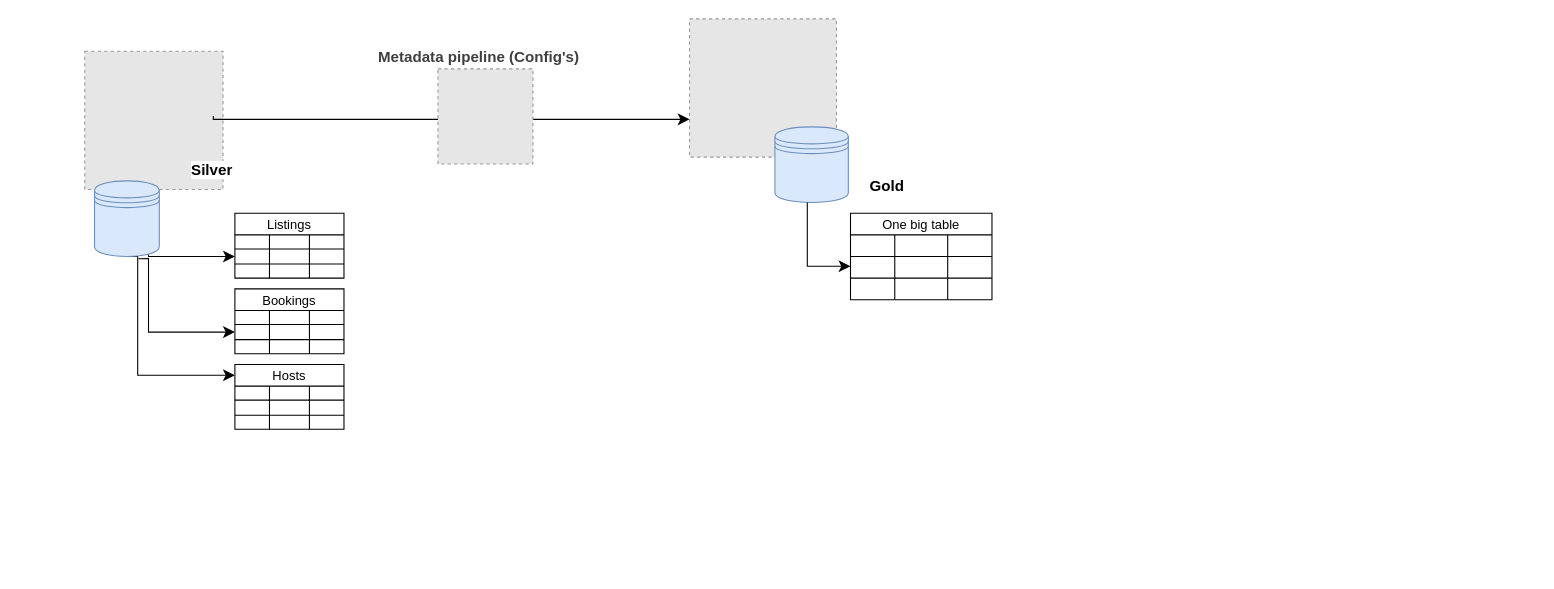
The draw.io diagram dbt_aws_snowflake_project/diagrams/silver_to_gold.drawio in SSrilakshmi/dbt_aws_snowflake, before the edit. Source tidied: cells renumbered, new cells numbered last; positions are measured from the earlier drawing's top-left corner, leaving out a move shared by most shapes. Both pictures are drawn from the tidied source at 108%, with x=0, y=0 at pixel (18, 18). Pictures stored in the file or linked from it are replaced by grey dashed boxes.
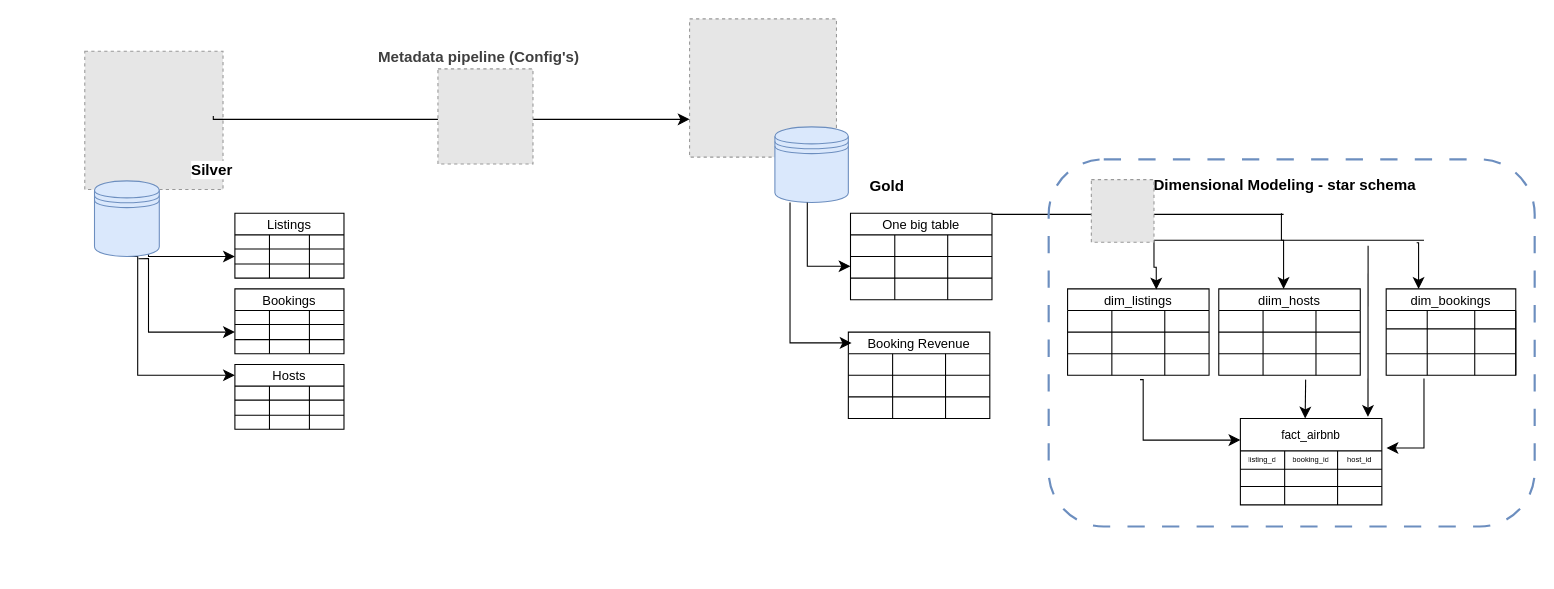
Above is the later version.

Unchanged cells that the change refers to:
```xml
<mxCell id="2" style="group;" parent="1" vertex="1">
  <mxGeometry x="621" width="308" height="510" as="geometry" />
</mxCell>
```

Change to the diagram source:
```diff
@@
+    <mxCell id="72" value="Booking Revenue" style="shape=table;startSize=20;childLayout=tableLayout;strokeColor=default;fontSize=12;columnLines=1;rowLines=1;" parent="2" vertex="1">
+      <mxGeometry x="147" y="290" width="131" height="80" as="geometry" />
+    </mxCell>
+    <mxCell id="73" style="shape=tableRow;horizontal=0;startSize=0;swimlaneHead=0;swimlaneBody=0;strokeColor=inherit;top=0;left=0;bottom=0;right=0;fillColor=none;fontSize=16;" parent="72" vertex="1">
+      <mxGeometry y="20" width="131" height="20" as="geometry" />
+    </mxCell>
+    <mxCell id="74" style="shape=partialRectangle;html=1;whiteSpace=wrap;strokeColor=inherit;overflow=hidden;fillColor=none;top=0;left=0;bottom=0;right=0;fontSize=16;" parent="73" vertex="1">
+      <mxGeometry width="41" height="20" as="geometry" />
+    </mxCell>
+    <mxCell id="75" style="shape=partialRectangle;html=1;whiteSpace=wrap;strokeColor=inherit;overflow=hidden;fillColor=none;top=0;left=0;bottom=0;right=0;fontSize=16;" parent="73" vertex="1">
+      <mxGeometry x="41" width="49" height="20" as="geometry" />
+    </mxCell>
+    <mxCell id="76" style="shape=partialRectangle;html=1;whiteSpace=wrap;strokeColor=inherit;overflow=hidden;fillColor=none;top=0;left=0;bottom=0;right=0;fontSize=16;" parent="73" vertex="1">
+      <mxGeometry x="90" width="41" height="20" as="geometry" />
+    </mxCell>
+    <mxCell id="77" style="shape=tableRow;horizontal=0;startSize=0;swimlaneHead=0;swimlaneBody=0;strokeColor=inherit;top=0;left=0;bottom=0;right=0;fillColor=none;fontSize=16;" parent="72" vertex="1">
+      <mxGeometry y="40" width="131" height="20" as="geometry" />
+    </mxCell>
+    <mxCell id="78" style="shape=partialRectangle;html=1;whiteSpace=wrap;strokeColor=inherit;overflow=hidden;fillColor=none;top=0;left=0;bottom=0;right=0;fontSize=16;" parent="77" vertex="1">
+      <mxGeometry width="41" height="20" as="geometry" />
+    </mxCell>
+    <mxCell id="79" style="shape=partialRectangle;html=1;whiteSpace=wrap;strokeColor=inherit;overflow=hidden;fillColor=none;top=0;left=0;bottom=0;right=0;fontSize=16;" parent="77" vertex="1">
+      <mxGeometry x="41" width="49" height="20" as="geometry" />
+    </mxCell>
+    <mxCell id="80" style="shape=partialRectangle;html=1;whiteSpace=wrap;strokeColor=inherit;overflow=hidden;fillColor=none;top=0;left=0;bottom=0;right=0;fontSize=16;" parent="77" vertex="1">
+      <mxGeometry x="90" width="41" height="20" as="geometry" />
+    </mxCell>
+    <mxCell id="81" style="shape=tableRow;horizontal=0;startSize=0;swimlaneHead=0;swimlaneBody=0;strokeColor=inherit;top=0;left=0;bottom=0;right=0;fillColor=none;fontSize=16;" parent="72" vertex="1">
+      <mxGeometry y="60" width="131" height="20" as="geometry" />
+    </mxCell>
+    <mxCell id="82" style="shape=partialRectangle;html=1;whiteSpace=wrap;strokeColor=inherit;overflow=hidden;fillColor=none;top=0;left=0;bottom=0;right=0;fontSize=16;" parent="81" vertex="1">
+      <mxGeometry width="41" height="20" as="geometry" />
+    </mxCell>
+    <mxCell id="83" style="shape=partialRectangle;html=1;whiteSpace=wrap;strokeColor=inherit;overflow=hidden;fillColor=none;top=0;left=0;bottom=0;right=0;fontSize=16;" parent="81" vertex="1">
+      <mxGeometry x="41" width="49" height="20" as="geometry" />
+    </mxCell>
+    <mxCell id="84" style="shape=partialRectangle;html=1;whiteSpace=wrap;strokeColor=inherit;overflow=hidden;fillColor=none;top=0;left=0;bottom=0;right=0;fontSize=16;" parent="81" vertex="1">
+      <mxGeometry x="90" width="41" height="20" as="geometry" />
+    </mxCell>
+    <mxCell id="85" style="edgeStyle=segmentEdgeStyle;endArrow=classic;html=1;curved=0;rounded=0;endSize=8;startSize=8;fontFamily=Helvetica;fontSize=12;fontColor=default;labelBackgroundColor=default;flowAnimation=0;" parent="2" edge="1">
+      <mxGeometry relative="1" as="geometry">
+        <mxPoint x="93" y="170" as="sourcePoint" />
+        <mxPoint x="150" y="300" as="targetPoint" />
+        <Array as="points">
+          <mxPoint x="93" y="300" />
+        </Array>
+      </mxGeometry>
+    </mxCell>
@@
+    <mxCell id="86" style="group;" parent="1" vertex="1">
+      <mxGeometry x="971" y="200" width="415" height="270" as="geometry" />
+    </mxCell>
+    <mxCell id="87" value="diim_hosts" style="shape=table;startSize=20;childLayout=tableLayout;strokeColor=default;fontSize=12;columnLines=1;rowLines=1;" parent="86" vertex="1">
+      <mxGeometry x="140" y="50" width="131" height="80" as="geometry" />
+    </mxCell>
+    <mxCell id="88" style="shape=tableRow;horizontal=0;startSize=0;swimlaneHead=0;swimlaneBody=0;strokeColor=inherit;top=0;left=0;bottom=0;right=0;fillColor=none;fontSize=16;" parent="87" vertex="1">
+      <mxGeometry y="20" width="131" height="20" as="geometry" />
+    </mxCell>
+    <mxCell id="89" style="shape=partialRectangle;html=1;whiteSpace=wrap;strokeColor=inherit;overflow=hidden;fillColor=none;top=0;left=0;bottom=0;right=0;fontSize=16;" parent="88" vertex="1">
+      <mxGeometry width="41" height="20" as="geometry" />
+    </mxCell>
+    <mxCell id="90" style="shape=partialRectangle;html=1;whiteSpace=wrap;strokeColor=inherit;overflow=hidden;fillColor=none;top=0;left=0;bottom=0;right=0;fontSize=16;" parent="88" vertex="1">
+      <mxGeometry x="41" width="49" height="20" as="geometry" />
+    </mxCell>
+    <mxCell id="91" style="shape=partialRectangle;html=1;whiteSpace=wrap;strokeColor=inherit;overflow=hidden;fillColor=none;top=0;left=0;bottom=0;right=0;fontSize=16;" parent="88" vertex="1">
+      <mxGeometry x="90" width="41" height="20" as="geometry" />
+    </mxCell>
+    <mxCell id="92" style="shape=tableRow;horizontal=0;startSize=0;swimlaneHead=0;swimlaneBody=0;strokeColor=inherit;top=0;left=0;bottom=0;right=0;fillColor=none;fontSize=16;" parent="87" vertex="1">
+      <mxGeometry y="40" width="131" height="20" as="geometry" />
+    </mxCell>
+    <mxCell id="93" style="shape=partialRectangle;html=1;whiteSpace=wrap;strokeColor=inherit;overflow=hidden;fillColor=none;top=0;left=0;bottom=0;right=0;fontSize=16;" parent="92" vertex="1">
+      <mxGeometry width="41" height="20" as="geometry" />
+    </mxCell>
+    <mxCell id="94" style="shape=partialRectangle;html=1;whiteSpace=wrap;strokeColor=inherit;overflow=hidden;fillColor=none;top=0;left=0;bottom=0;right=0;fontSize=16;" parent="92" vertex="1">
+      <mxGeometry x="41" width="49" height="20" as="geometry" />
+    </mxCell>
+    <mxCell id="95" style="shape=partialRectangle;html=1;whiteSpace=wrap;strokeColor=inherit;overflow=hidden;fillColor=none;top=0;left=0;bottom=0;right=0;fontSize=16;" parent="92" vertex="1">
+      <mxGeometry x="90" width="41" height="20" as="geometry" />
+    </mxCell>
+    <mxCell id="96" style="shape=tableRow;horizontal=0;startSize=0;swimlaneHead=0;swimlaneBody=0;strokeColor=inherit;top=0;left=0;bottom=0;right=0;fillColor=none;points=[[0,0.5],[1,0.5]];portConstraint=eastwest;fontSize=16;" parent="87" vertex="1">
+      <mxGeometry y="60" width="131" height="20" as="geometry" />
+    </mxCell>
+    <mxCell id="97" style="shape=partialRectangle;html=1;whiteSpace=wrap;strokeColor=inherit;overflow=hidden;fillColor=none;top=0;left=0;bottom=0;right=0;fontSize=16;" parent="96" vertex="1">
+      <mxGeometry width="41" height="20" as="geometry" />
+    </mxCell>
+    <mxCell id="98" style="shape=partialRectangle;html=1;whiteSpace=wrap;strokeColor=inherit;overflow=hidden;fillColor=none;top=0;left=0;bottom=0;right=0;fontSize=16;" parent="96" vertex="1">
+      <mxGeometry x="41" width="49" height="20" as="geometry" />
+    </mxCell>
+    <mxCell id="99" style="shape=partialRectangle;html=1;whiteSpace=wrap;strokeColor=inherit;overflow=hidden;fillColor=none;top=0;left=0;bottom=0;right=0;fontSize=16;" parent="96" vertex="1">
+      <mxGeometry x="90" width="41" height="20" as="geometry" />
+    </mxCell>
+    <mxCell id="100" value="dim_listings" style="shape=table;startSize=20;childLayout=tableLayout;strokeColor=default;fontSize=12;columnLines=1;rowLines=1;" parent="86" vertex="1">
+      <mxGeometry y="50" width="131" height="80" as="geometry" />
+    </mxCell>
+    <mxCell id="101" style="shape=tableRow;horizontal=0;startSize=0;swimlaneHead=0;swimlaneBody=0;strokeColor=inherit;top=0;left=0;bottom=0;right=0;fillColor=none;fontSize=16;" parent="100" vertex="1">
+      <mxGeometry y="20" width="131" height="20" as="geometry" />
+    </mxCell>
+    <mxCell id="102" style="shape=partialRectangle;html=1;whiteSpace=wrap;strokeColor=inherit;overflow=hidden;fillColor=none;top=0;left=0;bottom=0;right=0;fontSize=16;" parent="101" vertex="1">
+      <mxGeometry width="41" height="20" as="geometry" />
+    </mxCell>
+    <mxCell id="103" style="shape=partialRectangle;html=1;whiteSpace=wrap;strokeColor=inherit;overflow=hidden;fillColor=none;top=0;left=0;bottom=0;right=0;fontSize=16;" parent="101" vertex="1">
+      <mxGeometry x="41" width="49" height="20" as="geometry" />
+    </mxCell>
+    <mxCell id="104" style="shape=partialRectangle;html=1;whiteSpace=wrap;strokeColor=inherit;overflow=hidden;fillColor=none;top=0;left=0;bottom=0;right=0;fontSize=16;" parent="101" vertex="1">
+      <mxGeometry x="90" width="41" height="20" as="geometry" />
+    </mxCell>
+    <mxCell id="105" style="shape=tableRow;horizontal=0;startSize=0;swimlaneHead=0;swimlaneBody=0;strokeColor=inherit;top=0;left=0;bottom=0;right=0;fillColor=none;fontSize=16;" parent="100" vertex="1">
+      <mxGeometry y="40" width="131" height="20" as="geometry" />
+    </mxCell>
+    <mxCell id="106" style="shape=partialRectangle;html=1;whiteSpace=wrap;strokeColor=inherit;overflow=hidden;fillColor=none;top=0;left=0;bottom=0;right=0;fontSize=16;" parent="105" vertex="1">
+      <mxGeometry width="41" height="20" as="geometry" />
+    </mxCell>
+    <mxCell id="107" style="shape=partialRectangle;html=1;whiteSpace=wrap;strokeColor=inherit;overflow=hidden;fillColor=none;top=0;left=0;bottom=0;right=0;fontSize=16;" parent="105" vertex="1">
+      <mxGeometry x="41" width="49" height="20" as="geometry" />
+    </mxCell>
+    <mxCell id="108" style="shape=partialRectangle;html=1;whiteSpace=wrap;strokeColor=inherit;overflow=hidden;fillColor=none;top=0;left=0;bottom=0;right=0;fontSize=16;" parent="105" vertex="1">
+      <mxGeometry x="90" width="41" height="20" as="geometry" />
+    </mxCell>
+    <mxCell id="109" style="shape=tableRow;horizontal=0;startSize=0;swimlaneHead=0;swimlaneBody=0;strokeColor=inherit;top=0;left=0;bottom=0;right=0;fillColor=none;points=[[0,0.5],[1,0.5]];portConstraint=eastwest;fontSize=16;" parent="100" vertex="1">
+      <mxGeometry y="60" width="131" height="20" as="geometry" />
+    </mxCell>
+    <mxCell id="110" style="shape=partialRectangle;html=1;whiteSpace=wrap;strokeColor=inherit;overflow=hidden;fillColor=none;top=0;left=0;bottom=0;right=0;fontSize=16;" parent="109" vertex="1">
+      <mxGeometry width="41" height="20" as="geometry" />
+    </mxCell>
+    <mxCell id="111" style="shape=partialRectangle;html=1;whiteSpace=wrap;strokeColor=inherit;overflow=hidden;fillColor=none;top=0;left=0;bottom=0;right=0;fontSize=16;" parent="109" vertex="1">
+      <mxGeometry x="41" width="49" height="20" as="geometry" />
+    </mxCell>
+    <mxCell id="112" style="shape=partialRectangle;html=1;whiteSpace=wrap;strokeColor=inherit;overflow=hidden;fillColor=none;top=0;left=0;bottom=0;right=0;fontSize=16;" parent="109" vertex="1">
+      <mxGeometry x="90" width="41" height="20" as="geometry" />
+    </mxCell>
+    <mxCell id="113" value="dim_bookings" style="shape=table;startSize=20;childLayout=tableLayout;strokeColor=default;fontSize=12;columnLines=1;rowLines=1;" parent="86" vertex="1">
+      <mxGeometry x="295" y="50" width="120" height="80" as="geometry" />
+    </mxCell>
+    <mxCell id="114" style="shape=tableRow;horizontal=0;startSize=0;swimlaneHead=0;swimlaneBody=0;strokeColor=inherit;top=0;left=0;bottom=0;right=0;fillColor=none;fontSize=16;" parent="113" vertex="1">
+      <mxGeometry y="20" width="120" height="17" as="geometry" />
+    </mxCell>
+    <mxCell id="115" style="shape=partialRectangle;html=1;whiteSpace=wrap;strokeColor=inherit;overflow=hidden;fillColor=none;top=0;left=0;bottom=0;right=0;fontSize=16;" parent="114" vertex="1">
+      <mxGeometry width="38" height="17" as="geometry" />
+    </mxCell>
+    <mxCell id="116" style="shape=partialRectangle;html=1;whiteSpace=wrap;strokeColor=inherit;overflow=hidden;fillColor=none;top=0;left=0;bottom=0;right=0;fontSize=16;" parent="114" vertex="1">
+      <mxGeometry x="38" width="44" height="17" as="geometry" />
+    </mxCell>
+    <mxCell id="117" style="shape=partialRectangle;html=1;whiteSpace=wrap;strokeColor=inherit;overflow=hidden;fillColor=none;top=0;left=0;bottom=0;right=0;fontSize=16;" parent="114" vertex="1">
+      <mxGeometry x="82" width="38" height="17" as="geometry" />
+    </mxCell>
+    <mxCell id="118" style="shape=tableRow;horizontal=0;startSize=0;swimlaneHead=0;swimlaneBody=0;strokeColor=inherit;top=0;left=0;bottom=0;right=0;fillColor=none;fontSize=16;" parent="113" vertex="1">
+      <mxGeometry y="37" width="120" height="23" as="geometry" />
+    </mxCell>
+    <mxCell id="119" style="shape=partialRectangle;html=1;whiteSpace=wrap;strokeColor=inherit;overflow=hidden;fillColor=none;top=0;left=0;bottom=0;right=0;fontSize=16;" parent="118" vertex="1">
+      <mxGeometry width="38" height="23" as="geometry" />
+    </mxCell>
+    <mxCell id="120" style="shape=partialRectangle;html=1;whiteSpace=wrap;strokeColor=inherit;overflow=hidden;fillColor=none;top=0;left=0;bottom=0;right=0;fontSize=16;" parent="118" vertex="1">
+      <mxGeometry x="38" width="44" height="23" as="geometry" />
+    </mxCell>
+    <mxCell id="121" style="shape=partialRectangle;html=1;whiteSpace=wrap;strokeColor=inherit;overflow=hidden;fillColor=none;top=0;left=0;bottom=0;right=0;fontSize=16;" parent="118" vertex="1">
+      <mxGeometry x="82" width="38" height="23" as="geometry" />
+    </mxCell>
+    <mxCell id="122" style="line;strokeWidth=1;direction=south;html=1;" parent="118" vertex="1">
+      <mxGeometry x="120" height="23" as="geometry" />
+    </mxCell>
+    <mxCell id="123" style="shape=tableRow;horizontal=0;startSize=0;swimlaneHead=0;swimlaneBody=0;strokeColor=inherit;top=0;left=0;bottom=0;right=0;fillColor=none;fontSize=16;" parent="113" vertex="1">
+      <mxGeometry y="60" width="120" height="20" as="geometry" />
+    </mxCell>
+    <mxCell id="124" style="shape=partialRectangle;html=1;whiteSpace=wrap;strokeColor=inherit;overflow=hidden;fillColor=none;top=0;left=0;bottom=0;right=0;fontSize=16;" parent="123" vertex="1">
+      <mxGeometry width="38" height="20" as="geometry" />
+    </mxCell>
+    <mxCell id="125" style="shape=partialRectangle;html=1;whiteSpace=wrap;strokeColor=inherit;overflow=hidden;fillColor=none;top=0;left=0;bottom=0;right=0;fontSize=16;" parent="123" vertex="1">
+      <mxGeometry x="38" width="44" height="20" as="geometry" />
+    </mxCell>
+    <mxCell id="126" style="shape=partialRectangle;html=1;whiteSpace=wrap;strokeColor=inherit;overflow=hidden;fillColor=none;top=0;left=0;bottom=0;right=0;fontSize=16;" parent="123" vertex="1">
+      <mxGeometry x="82" width="38" height="20" as="geometry" />
+    </mxCell>
+    <mxCell id="127" style="shape=singleArrow;whiteSpace=wrap;html=1;arrowWidth=0.4;arrowSize=0.4;startSize=20;" parent="123" vertex="1">
+      <mxGeometry x="120" height="20" as="geometry" />
+    </mxCell>
+    <mxCell id="128" value="fact_airbnb" style="shape=table;startSize=30;childLayout=tableLayout;strokeColor=default;fontSize=11;columnLines=1;rowLines=1;" parent="86" vertex="1">
+      <mxGeometry x="160" y="170" width="131" height="80" as="geometry" />
+    </mxCell>
+    <mxCell id="129" style="shape=tableRow;horizontal=0;startSize=0;swimlaneHead=0;swimlaneBody=0;strokeColor=inherit;top=0;left=0;bottom=0;right=0;fillColor=none;points=[[0,0.5],[1,0.5]];portConstraint=eastwest;fontSize=16;" parent="128" vertex="1">
+      <mxGeometry y="30" width="131" height="17" as="geometry" />
+    </mxCell>
+    <mxCell id="130" value="listing_d" style="shape=partialRectangle;html=1;whiteSpace=wrap;strokeColor=inherit;overflow=hidden;fillColor=none;top=0;left=0;bottom=0;right=0;fontSize=7;" parent="129" vertex="1">
+      <mxGeometry width="41" height="17" as="geometry" />
+    </mxCell>
+    <mxCell id="131" value="booking_id" style="shape=partialRectangle;html=1;whiteSpace=wrap;strokeColor=inherit;overflow=hidden;fillColor=none;top=0;left=0;bottom=0;right=0;fontSize=7;" parent="129" vertex="1">
+      <mxGeometry x="41" width="49" height="17" as="geometry" />
+    </mxCell>
+    <mxCell id="132" value="host_id" style="shape=partialRectangle;html=1;whiteSpace=wrap;strokeColor=inherit;overflow=hidden;fillColor=none;top=0;left=0;bottom=0;right=0;fontSize=7;" parent="129" vertex="1">
+      <mxGeometry x="90" width="41" height="17" as="geometry" />
+    </mxCell>
+    <mxCell id="133" style="shape=tableRow;horizontal=0;startSize=0;swimlaneHead=0;swimlaneBody=0;strokeColor=inherit;top=0;left=0;bottom=0;right=0;fillColor=none;fontSize=16;" parent="128" vertex="1">
+      <mxGeometry y="47" width="131" height="16" as="geometry" />
+    </mxCell>
+    <mxCell id="134" style="shape=partialRectangle;html=1;whiteSpace=wrap;strokeColor=inherit;overflow=hidden;fillColor=none;top=0;left=0;bottom=0;right=0;fontSize=16;" parent="133" vertex="1">
+      <mxGeometry width="41" height="16" as="geometry" />
+    </mxCell>
+    <mxCell id="135" style="shape=partialRectangle;html=1;whiteSpace=wrap;strokeColor=inherit;overflow=hidden;fillColor=none;top=0;left=0;bottom=0;right=0;fontSize=16;" parent="133" vertex="1">
+      <mxGeometry x="41" width="49" height="16" as="geometry" />
+    </mxCell>
+    <mxCell id="136" style="shape=partialRectangle;html=1;whiteSpace=wrap;strokeColor=inherit;overflow=hidden;fillColor=none;top=0;left=0;bottom=0;right=0;fontSize=16;" parent="133" vertex="1">
+      <mxGeometry x="90" width="41" height="16" as="geometry" />
+    </mxCell>
+    <mxCell id="137" style="shape=tableRow;horizontal=0;startSize=0;swimlaneHead=0;swimlaneBody=0;strokeColor=inherit;top=0;left=0;bottom=0;right=0;fillColor=none;fontSize=16;" parent="128" vertex="1">
+      <mxGeometry y="63" width="131" height="17" as="geometry" />
+    </mxCell>
+    <mxCell id="138" style="shape=partialRectangle;html=1;whiteSpace=wrap;strokeColor=inherit;overflow=hidden;fillColor=none;top=0;left=0;bottom=0;right=0;fontSize=16;" parent="137" vertex="1">
+      <mxGeometry width="41" height="17" as="geometry" />
+    </mxCell>
+    <mxCell id="139" style="shape=partialRectangle;html=1;whiteSpace=wrap;strokeColor=inherit;overflow=hidden;fillColor=none;top=0;left=0;bottom=0;right=0;fontSize=16;" parent="137" vertex="1">
+      <mxGeometry x="41" width="49" height="17" as="geometry" />
+    </mxCell>
+    <mxCell id="140" style="shape=partialRectangle;html=1;whiteSpace=wrap;strokeColor=inherit;overflow=hidden;fillColor=none;top=0;left=0;bottom=0;right=0;fontSize=16;" parent="137" vertex="1">
+      <mxGeometry x="90" width="41" height="17" as="geometry" />
+    </mxCell>
+    <mxCell id="141" style="line;strokeWidth=1;html=1;" parent="86" vertex="1">
+      <mxGeometry x="80" width="250" height="10" as="geometry" />
+    </mxCell>
+    <mxCell id="142" style="edgeStyle=segmentEdgeStyle;endArrow=classic;html=1;curved=0;rounded=0;endSize=8;startSize=8;entryX=0.627;entryY=0.008;entryDx=0;entryDy=0;entryPerimeter=0;exitX=0;exitY=0.5;exitDx=0;exitDy=0;exitPerimeter=0;" parent="86" edge="1" source="141" target="100">
+      <mxGeometry relative="1" as="geometry">
+        <Array as="points">
+          <mxPoint x="80" y="30" />
+          <mxPoint x="82" y="30" />
+        </Array>
+      </mxGeometry>
+    </mxCell>
+    <mxCell id="143" style="edgeStyle=segmentEdgeStyle;endArrow=classic;html=1;curved=0;rounded=0;endSize=8;startSize=8;sourcePerimeterSpacing=2;targetPerimeterSpacing=2;exitX=1;exitY=0.5;exitDx=0;exitDy=0;exitPerimeter=0;" parent="86" edge="1" source="150">
+      <mxGeometry relative="1" as="geometry">
+        <mxPoint x="200" y="50" as="targetPoint" />
+        <Array as="points">
+          <mxPoint x="200" y="5" />
+        </Array>
+      </mxGeometry>
+    </mxCell>
+    <mxCell id="144" style="edgeStyle=segmentEdgeStyle;endArrow=classic;html=1;curved=0;rounded=0;endSize=8;startSize=8;entryX=1.033;entryY=-0.161;entryDx=0;entryDy=0;entryPerimeter=0;" parent="86" edge="1" target="129">
+      <mxGeometry relative="1" as="geometry">
+        <mxPoint x="330" y="133" as="sourcePoint" />
+        <Array as="points">
+          <mxPoint x="330" y="133" />
+          <mxPoint x="330" y="197" />
+        </Array>
+      </mxGeometry>
+    </mxCell>
+    <mxCell id="145" style="edgeStyle=segmentEdgeStyle;endArrow=classic;html=1;curved=0;rounded=0;endSize=8;startSize=8;entryX=1.033;entryY=-0.161;entryDx=0;entryDy=0;entryPerimeter=0;exitX=0.614;exitY=1.2;exitDx=0;exitDy=0;exitPerimeter=0;" parent="86" edge="1" source="96">
+      <mxGeometry relative="1" as="geometry">
+        <mxPoint x="220" y="170" as="targetPoint" />
+      </mxGeometry>
+    </mxCell>
+    <mxCell id="146" style="edgeStyle=segmentEdgeStyle;endArrow=classic;html=1;curved=0;rounded=0;endSize=8;startSize=8;exitX=0.512;exitY=1.2;exitDx=0;exitDy=0;exitPerimeter=0;entryX=0;entryY=0.25;entryDx=0;entryDy=0;" parent="86" edge="1" source="109" target="128">
+      <mxGeometry relative="1" as="geometry">
+        <Array as="points">
+          <mxPoint x="70" y="134" />
+          <mxPoint x="70" y="190" />
+        </Array>
+      </mxGeometry>
+    </mxCell>
+    <mxCell id="147" style="edgeStyle=segmentEdgeStyle;endArrow=classic;html=1;curved=0;rounded=0;endSize=8;startSize=8;entryX=0.902;entryY=-0.019;entryDx=0;entryDy=0;entryPerimeter=0;exitX=0.793;exitY=1;exitDx=0;exitDy=0;exitPerimeter=0;" parent="86" edge="1" source="141" target="128">
+      <mxGeometry relative="1" as="geometry" />
+    </mxCell>
+    <mxCell id="148" style="edgeStyle=segmentEdgeStyle;endArrow=classic;html=1;curved=0;rounded=0;endSize=8;startSize=8;entryX=0.25;entryY=0;entryDx=0;entryDy=0;exitX=0.973;exitY=0.734;exitDx=0;exitDy=0;exitPerimeter=0;" parent="86" edge="1" source="141" target="113">
+      <mxGeometry relative="1" as="geometry" />
+    </mxCell>
+    <mxCell id="149" style="line;strokeWidth=1;html=1;" parent="1" vertex="1">
+      <mxGeometry x="901" y="180" width="270" height="2" as="geometry" />
+    </mxCell>
+    <mxCell id="150" style="line;strokeWidth=1;direction=south;html=1;" parent="1" vertex="1">
+      <mxGeometry x="1161" y="180" width="16" height="25" as="geometry" />
+    </mxCell>
+    <mxCell id="151" style="rounded=1;whiteSpace=wrap;html=1;fillColor=none;strokeColor=#6c8ebf;dashed=1;dashPattern=8 8;strokeWidth=2;" parent="1" vertex="1">
+      <mxGeometry x="953.5" y="130" width="450" height="340" as="geometry" />
+    </mxCell>
+    <mxCell id="152" value="&lt;h1 style=&quot;margin-top: 0px;&quot;&gt;&lt;font style=&quot;font-size: 14px;&quot;&gt;Dimensional Modeling - star schema&lt;/font&gt;&lt;/h1&gt;" style="text;html=1;whiteSpace=wrap;overflow=hidden;rounded=0;" parent="1" vertex="1">
+      <mxGeometry x="1049" y="130" width="262" height="37.5" as="geometry" />
+    </mxCell>
+    <mxCell id="153" style="group;" parent="1" vertex="1">
+      <mxGeometry x="963" y="142.5" width="88" height="100" as="geometry" />
+    </mxCell>
+    <mxCell id="154" style="fillColor=#E6E6E6;strokeColor=#999999;dashed=1;verticalLabelPosition=bottom;labelBackgroundColor=default;verticalAlign=top;" parent="153" vertex="1">
+      <mxGeometry x="30" y="6.3" width="58" height="58" as="geometry" />
+    </mxCell>
```
